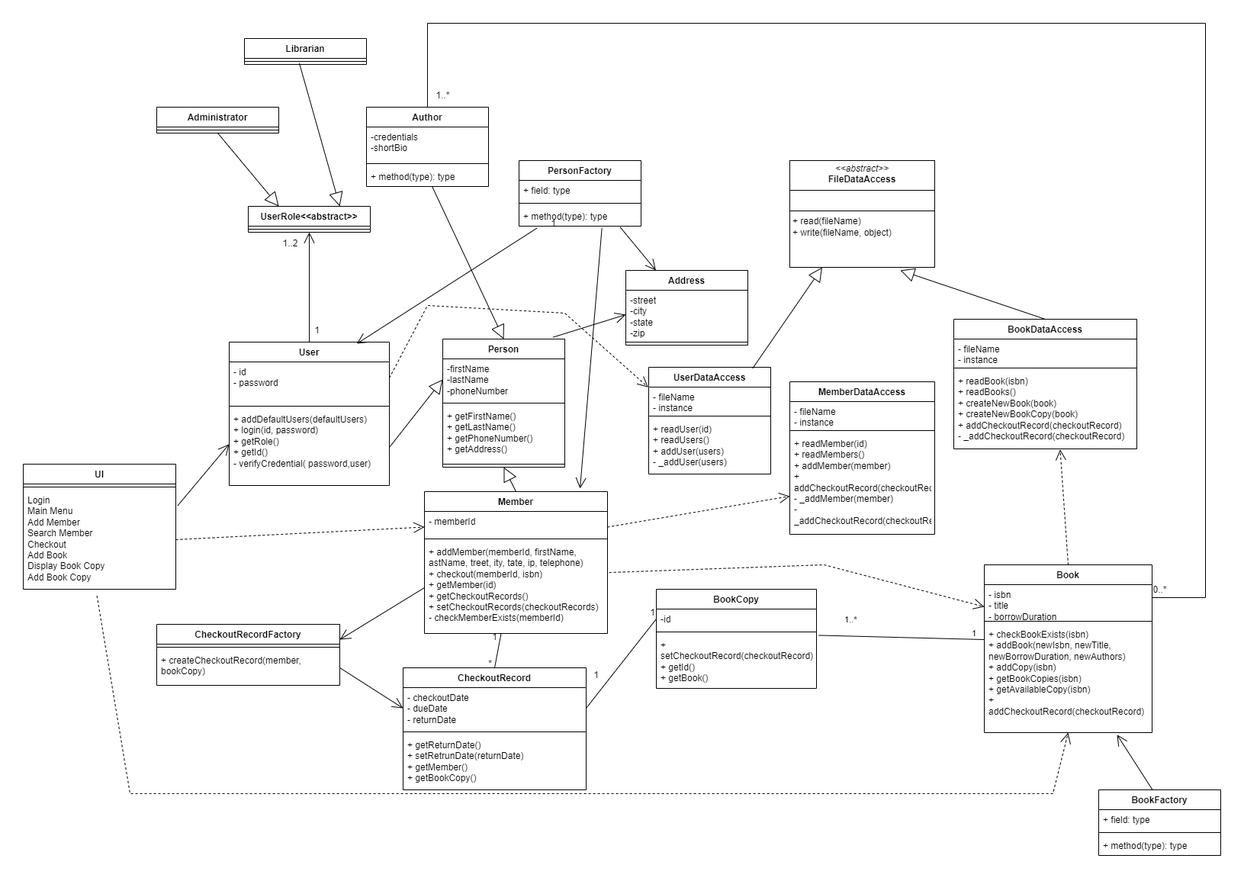
The draw.io diagram src/Diagram/Class.png in Bishnupkl/mppProject, before a commit. Source tidied: cells renumbered, new cells last; positions are measured from the earlier drawing's top-left corner, leaving out a move shared by most shapes.
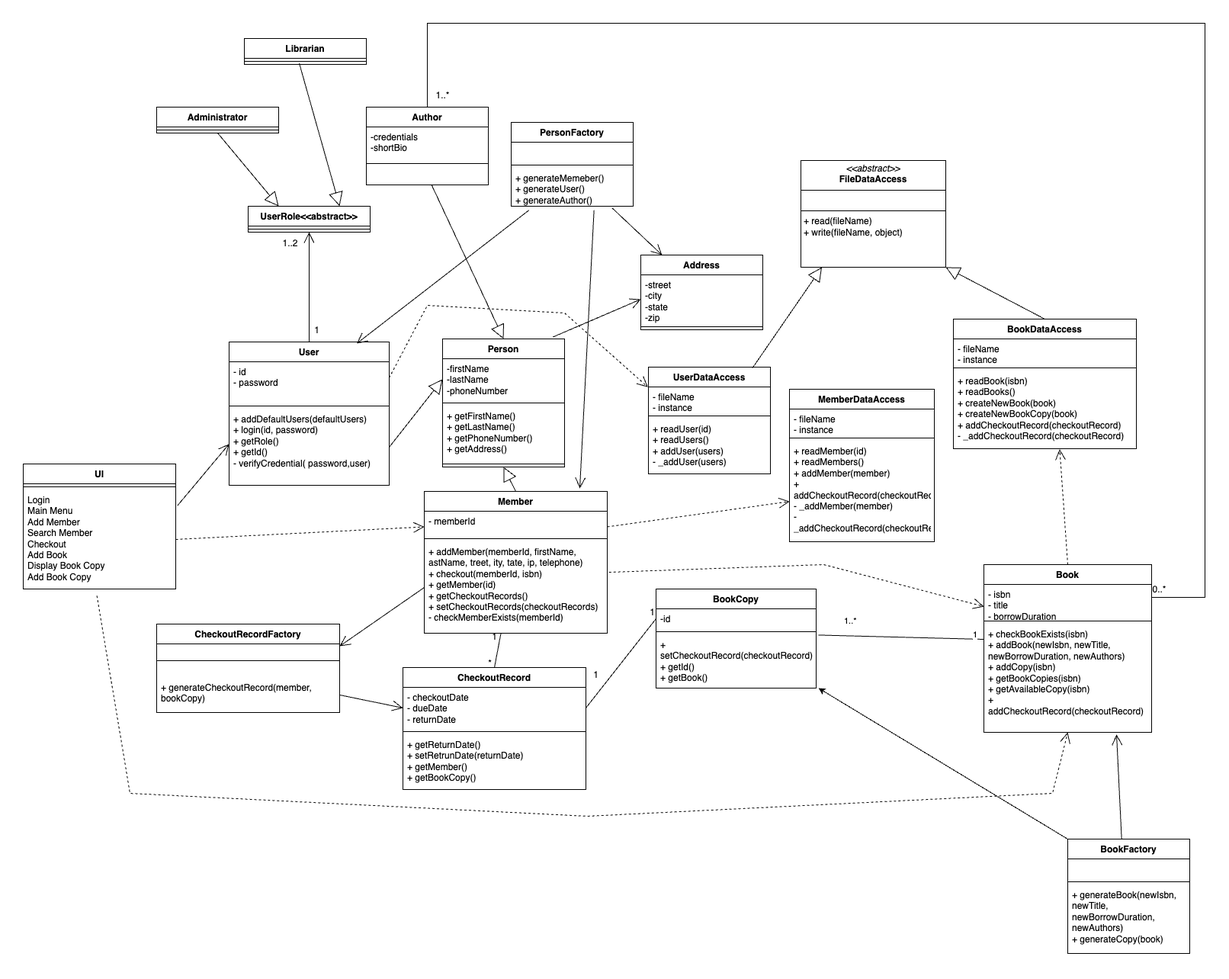
After the change.

Change to the diagram source:
```diff
@@ -85,7 +85,7 @@
       </mxGeometry>
     </mxCell>
     <mxCell id="27" value="Address" style="swimlane;fontStyle=1;align=center;verticalAlign=top;horizontal=1;startSize=26;whiteSpace=wrap;html=1;" parent="1" vertex="1">
-      <mxGeometry x="790" y="324" width="160" height="98" as="geometry" />
+      <mxGeometry x="810" y="304" width="160" height="98" as="geometry" />
     </mxCell>
     <mxCell id="28" value="-street&lt;div&gt;-city&lt;/div&gt;&lt;div&gt;-state&lt;/div&gt;&lt;div&gt;-zip&lt;/div&gt;" style="text;strokeColor=none;fillColor=none;align=left;verticalAlign=top;spacingLeft=4;spacingRight=4;overflow=hidden;points=[[0,0.5],[1,0.5]];portConstraint=eastwest;whiteSpace=wrap;html=1;" parent="27" vertex="1">
       <mxGeometry y="26" width="160" height="64" as="geometry" />
@@ -96,9 +96,6 @@
     <mxCell id="30" style="endArrow=open;endFill=1;endSize=12;html=1;rounded=0;exitX=0.903;exitY=-0.014;exitDx=0;exitDy=0;entryX=0;entryY=0.5;entryDx=0;entryDy=0;exitPerimeter=0;" parent="1" edge="1" source="5" target="28">
       <mxGeometry relative="1" as="geometry" />
     </mxCell>
-    <mxCell id="31" value="1" style="text;html=1;align=center;verticalAlign=middle;strokeColor=none;fillColor=none;" parent="1" vertex="1">
-      <mxGeometry x="680" y="248" width="30" height="30" as="geometry" />
-    </mxCell>
     <mxCell id="32" value="CheckoutRecord" style="swimlane;fontStyle=1;align=center;verticalAlign=top;horizontal=1;startSize=26;whiteSpace=wrap;html=1;" parent="1" vertex="1">
       <mxGeometry x="498" y="845" width="240" height="160" as="geometry" />
     </mxCell>
@@ -150,15 +147,14 @@
     <mxCell id="48" value="+ readBook(isbn)&lt;div&gt;+ readBooks()&lt;/div&gt;&lt;div&gt;+ createNewBook(book)&lt;/div&gt;&lt;div&gt;+ createNewBookCopy(book)&lt;/div&gt;&lt;div&gt;+ addCheckoutRecord(checkoutRecord)&lt;br&gt;&lt;/div&gt;&lt;div&gt;- _&lt;span style=&quot;background-color: initial;&quot;&gt;addCheckoutRecord(checkoutRecord)&lt;/span&gt;&lt;br&gt;&lt;/div&gt;" style="text;strokeColor=none;fillColor=none;align=left;verticalAlign=top;spacingLeft=4;spacingRight=4;overflow=hidden;points=[[0,0.5],[1,0.5]];portConstraint=eastwest;whiteSpace=wrap;html=1;" parent="45" vertex="1">
       <mxGeometry y="68" width="240" height="102" as="geometry" />
     </mxCell>
-    <mxCell id="49" style="endArrow=block;endSize=16;endFill=0;html=1;rounded=0;exitX=0.5;exitY=0;exitDx=0;exitDy=0;" parent="1" edge="1" source="45">
-      <mxGeometry relative="1" as="geometry">
-        <mxPoint x="1150" y="324" as="targetPoint" />
-      </mxGeometry>
+    <mxCell id="49" style="endArrow=block;endSize=16;endFill=0;html=1;rounded=0;exitX=0.5;exitY=0;exitDx=0;exitDy=0;entryX=1;entryY=1;entryDx=0;entryDy=0;" parent="1" edge="1" source="45" target="84">
+      <mxGeometry relative="1" as="geometry" />
     </mxCell>
     <mxCell id="50" style="endArrow=open;endSize=12;dashed=1;html=1;rounded=0;exitX=0.483;exitY=1.067;exitDx=0;exitDy=0;exitPerimeter=0;entryX=0.5;entryY=1;entryDx=0;entryDy=0;strokeColor=#000000;strokeWidth=1;" parent="1" edge="1" source="4" target="57">
       <mxGeometry relative="1" as="geometry">
         <Array as="points">
           <mxPoint x="140" y="1010" />
+          <mxPoint x="740" y="1040" />
           <mxPoint x="1350" y="1010" />
         </Array>
       </mxGeometry>
@@ -167,7 +163,7 @@
       <mxGeometry x="-0.36" y="2" relative="1" as="geometry" />
     </mxCell>
     <mxCell id="52" value="Author" style="swimlane;fontStyle=1;align=center;verticalAlign=top;horizontal=1;startSize=26;whiteSpace=wrap;html=1;" parent="1" vertex="1">
-      <mxGeometry x="450" y="110" width="160" height="104" as="geometry" />
+      <mxGeometry x="450" y="110" width="160" height="102" as="geometry" />
     </mxCell>
     <mxCell id="53" value="-credentials&lt;div&gt;-shortBio&lt;/div&gt;" style="text;strokeColor=none;fillColor=none;align=left;verticalAlign=top;spacingLeft=4;spacingRight=4;overflow=hidden;whiteSpace=wrap;html=1;" parent="52" vertex="1">
       <mxGeometry y="26" width="160" height="44" as="geometry" />
@@ -175,8 +171,8 @@
     <mxCell id="54" style="line;strokeWidth=1;fillColor=none;align=left;verticalAlign=middle;spacingTop=-1;spacingLeft=3;spacingRight=3;labelPosition=right;strokeColor=inherit;" parent="52" vertex="1">
       <mxGeometry y="70" width="160" height="8" as="geometry" />
     </mxCell>
-    <mxCell id="55" value="+ method(type): type" style="text;strokeColor=none;fillColor=none;align=left;verticalAlign=top;spacingLeft=4;spacingRight=4;overflow=hidden;points=[[0,0.5],[1,0.5]];portConstraint=eastwest;whiteSpace=wrap;html=1;" parent="52" vertex="1">
-      <mxGeometry y="78" width="160" height="26" as="geometry" />
+    <mxCell id="55" value="&amp;nbsp;" style="text;strokeColor=none;fillColor=none;align=left;verticalAlign=top;spacingLeft=4;spacingRight=4;overflow=hidden;points=[[0,0.5],[1,0.5]];portConstraint=eastwest;whiteSpace=wrap;html=1;" parent="52" vertex="1">
+      <mxGeometry y="78" width="160" height="24" as="geometry" />
     </mxCell>
     <mxCell id="56" style="endArrow=block;endSize=16;endFill=0;html=1;rounded=0;entryX=0.5;entryY=0;entryDx=0;entryDy=0;" parent="1" edge="1" source="55" target="5">
       <mxGeometry x="0.42" y="-17" relative="1" as="geometry" />
@@ -190,7 +186,7 @@
     <mxCell id="59" style="line;strokeWidth=1;fillColor=none;align=left;verticalAlign=middle;spacingTop=-1;spacingLeft=3;spacingRight=3;labelPosition=right;strokeColor=inherit;" parent="57" vertex="1">
       <mxGeometry y="70" width="220" height="8" as="geometry" />
     </mxCell>
-    <mxCell id="60" value="+ checkBookExists(isbn)&lt;div&gt;+&amp;nbsp;addBook(newIsbn, newTitle,&amp;nbsp; newBorrowDuration, newAuthors)&amp;nbsp;&lt;/div&gt;&lt;div&gt;+ addCopy(isbn)&lt;/div&gt;&lt;div&gt;+ getBookCopies(isbn)&lt;/div&gt;&lt;div&gt;+ getAvailableCopy(isbn)&lt;/div&gt;&lt;div&gt;+ addCheckoutRecord(checkoutRecord)&lt;/div&gt;" style="text;strokeColor=none;fillColor=none;align=left;verticalAlign=top;spacingLeft=4;spacingRight=4;overflow=hidden;points=[[0,0.5],[1,0.5]];portConstraint=eastwest;whiteSpace=wrap;html=1;" parent="57" vertex="1">
+    <mxCell id="60" value="+ checkBookExists(isbn)&lt;div&gt;+ addBook(newIsbn, newTitle,&amp;nbsp; newBorrowDuration, newAuthors)&amp;nbsp;&lt;/div&gt;&lt;div&gt;+ addCopy(isbn)&lt;/div&gt;&lt;div&gt;+ getBookCopies(isbn)&lt;/div&gt;&lt;div&gt;+ getAvailableCopy(isbn)&lt;/div&gt;&lt;div&gt;+ addCheckoutRecord(checkoutRecord)&lt;/div&gt;" style="text;strokeColor=none;fillColor=none;align=left;verticalAlign=top;spacingLeft=4;spacingRight=4;overflow=hidden;points=[[0,0.5],[1,0.5]];portConstraint=eastwest;whiteSpace=wrap;html=1;" parent="57" vertex="1">
       <mxGeometry y="78" width="220" height="142" as="geometry" />
     </mxCell>
     <mxCell id="61" style="endArrow=none;html=1;rounded=0;entryX=-0.001;entryY=0.141;entryDx=0;entryDy=0;exitX=1.014;exitY=0.006;exitDx=0;exitDy=0;exitPerimeter=0;entryPerimeter=0;" parent="1" edge="1" source="39" target="60">
@@ -268,16 +264,16 @@
       <mxGeometry relative="1" as="geometry" />
     </mxCell>
     <mxCell id="81" value="CheckoutRecordFactory" style="swimlane;fontStyle=1;align=center;verticalAlign=top;horizontal=1;startSize=26;whiteSpace=wrap;html=1;" parent="1" vertex="1">
-      <mxGeometry x="175" y="788" width="240" height="80" as="geometry" />
+      <mxGeometry x="175" y="788" width="240" height="116" as="geometry" />
     </mxCell>
-    <mxCell id="82" style="line;strokeWidth=1;fillColor=none;align=left;verticalAlign=middle;spacingTop=-1;spacingLeft=3;spacingRight=3;labelPosition=right;strokeColor=inherit;" parent="81" vertex="1">
-      <mxGeometry y="26" width="240" height="8" as="geometry" />
+    <mxCell id="82" value="&#10;" style="line;strokeWidth=1;fillColor=none;align=left;verticalAlign=middle;spacingTop=-1;spacingLeft=3;spacingRight=3;labelPosition=right;strokeColor=inherit;" parent="81" vertex="1">
+      <mxGeometry y="26" width="240" height="44" as="geometry" />
     </mxCell>
-    <mxCell id="83" value="+&amp;nbsp;createCheckoutRecord(member, bookCopy)" style="text;strokeColor=none;fillColor=none;align=left;verticalAlign=top;spacingLeft=4;spacingRight=4;overflow=hidden;points=[[0,0.5],[1,0.5]];portConstraint=eastwest;whiteSpace=wrap;html=1;" parent="81" vertex="1">
-      <mxGeometry y="34" width="240" height="46" as="geometry" />
+    <mxCell id="83" value="+ generateCheckoutRecord(member, bookCopy)" style="text;strokeColor=none;fillColor=none;align=left;verticalAlign=top;spacingLeft=4;spacingRight=4;overflow=hidden;points=[[0,0.5],[1,0.5]];portConstraint=eastwest;whiteSpace=wrap;html=1;" parent="81" vertex="1">
+      <mxGeometry y="70" width="240" height="46" as="geometry" />
     </mxCell>
     <mxCell id="84" value="&lt;p style=&quot;margin:0px;margin-top:4px;text-align:center;&quot;&gt;&lt;i&gt;&amp;lt;&amp;lt;abstract&amp;gt;&amp;gt;&lt;/i&gt;&lt;br&gt;&lt;b&gt;FileDataAccess&lt;/b&gt;&lt;/p&gt;&lt;hr size=&quot;1&quot; style=&quot;border-style:solid;&quot;&gt;&lt;p style=&quot;margin:0px;margin-left:4px;&quot;&gt;&lt;br&gt;&lt;/p&gt;&lt;hr size=&quot;1&quot; style=&quot;border-style:solid;&quot;&gt;&lt;p style=&quot;margin:0px;margin-left:4px;&quot;&gt;+ read(fileName)&lt;/p&gt;&lt;p style=&quot;margin:0px;margin-left:4px;&quot;&gt;+ write(fileName, object)&lt;/p&gt;" style="verticalAlign=top;align=left;overflow=fill;html=1;whiteSpace=wrap;" parent="1" vertex="1">
-      <mxGeometry x="1005" y="180" width="190" height="140" as="geometry" />
+      <mxGeometry x="1020" y="180" width="190" height="140" as="geometry" />
     </mxCell>
     <mxCell id="85" style="endArrow=open;endFill=1;endSize=12;html=1;rounded=0;exitX=0;exitY=0.5;exitDx=0;exitDy=0;entryX=1;entryY=0.25;entryDx=0;entryDy=0;" parent="1" edge="1" source="43" target="81">
       <mxGeometry relative="1" as="geometry" />
@@ -286,7 +282,7 @@
       <mxGeometry relative="1" as="geometry" />
     </mxCell>
     <mxCell id="87" value="MemberDataAccess" style="swimlane;fontStyle=1;align=center;verticalAlign=top;horizontal=1;startSize=26;whiteSpace=wrap;html=1;" parent="1" vertex="1">
-      <mxGeometry x="1005" y="470" width="190" height="200" as="geometry" />
+      <mxGeometry x="1005" y="480" width="190" height="200" as="geometry" />
     </mxCell>
     <mxCell id="88" value="- fileName&lt;div&gt;- instance&lt;/div&gt;" style="text;strokeColor=none;fillColor=none;align=left;verticalAlign=top;spacingLeft=4;spacingRight=4;overflow=hidden;whiteSpace=wrap;html=1;" parent="87" vertex="1">
       <mxGeometry y="26" width="190" height="34" as="geometry" />
@@ -301,16 +297,16 @@
       <mxGeometry x="603" y="790" width="30" height="30" as="geometry" />
     </mxCell>
     <mxCell id="92" value="PersonFactory" style="swimlane;fontStyle=1;align=center;verticalAlign=top;horizontal=1;startSize=26;whiteSpace=wrap;html=1;" parent="1" vertex="1">
-      <mxGeometry x="650" y="180" width="160" height="86" as="geometry" />
+      <mxGeometry x="640" y="130" width="160" height="110" as="geometry" />
     </mxCell>
-    <mxCell id="93" value="+ field: type" style="text;strokeColor=none;fillColor=none;align=left;verticalAlign=top;spacingLeft=4;spacingRight=4;overflow=hidden;whiteSpace=wrap;html=1;" parent="92" vertex="1">
+    <mxCell id="93" value="&amp;nbsp;" style="text;strokeColor=none;fillColor=none;align=left;verticalAlign=top;spacingLeft=4;spacingRight=4;overflow=hidden;whiteSpace=wrap;html=1;" parent="92" vertex="1">
       <mxGeometry y="26" width="160" height="26" as="geometry" />
     </mxCell>
     <mxCell id="94" style="line;strokeWidth=1;fillColor=none;align=left;verticalAlign=middle;spacingTop=-1;spacingLeft=3;spacingRight=3;labelPosition=right;strokeColor=inherit;" parent="92" vertex="1">
       <mxGeometry y="52" width="160" height="8" as="geometry" />
     </mxCell>
-    <mxCell id="95" value="+ method(type): type" style="text;strokeColor=none;fillColor=none;align=left;verticalAlign=top;spacingLeft=4;spacingRight=4;overflow=hidden;points=[[0,0.5],[1,0.5]];portConstraint=eastwest;whiteSpace=wrap;html=1;" parent="92" vertex="1">
-      <mxGeometry y="60" width="160" height="26" as="geometry" />
+    <mxCell id="95" value="+ generateMemeber()&lt;div&gt;+ generateUser()&lt;br&gt;+ generateAuthor()&lt;/div&gt;" style="text;strokeColor=none;fillColor=none;align=left;verticalAlign=top;spacingLeft=4;spacingRight=4;overflow=hidden;points=[[0,0.5],[1,0.5]];portConstraint=eastwest;whiteSpace=wrap;html=1;" parent="92" vertex="1">
+      <mxGeometry y="60" width="160" height="50" as="geometry" />
     </mxCell>
     <mxCell id="96" style="endArrow=open;endFill=1;endSize=12;html=1;rounded=0;exitX=0.829;exitY=1.051;exitDx=0;exitDy=0;exitPerimeter=0;" parent="1" edge="1" source="95" target="27">
       <mxGeometry relative="1" as="geometry" />
@@ -321,16 +317,16 @@
       </mxGeometry>
     </mxCell>
     <mxCell id="98" value="BookFactory" style="swimlane;fontStyle=1;align=center;verticalAlign=top;horizontal=1;startSize=26;whiteSpace=wrap;html=1;" parent="1" vertex="1">
-      <mxGeometry x="1410" y="1005" width="160" height="86" as="geometry" />
+      <mxGeometry x="1370" y="1070" width="160" height="150" as="geometry" />
     </mxCell>
-    <mxCell id="99" value="+ field: type" style="text;strokeColor=none;fillColor=none;align=left;verticalAlign=top;spacingLeft=4;spacingRight=4;overflow=hidden;whiteSpace=wrap;html=1;" parent="98" vertex="1">
+    <mxCell id="99" value="&amp;nbsp;&amp;nbsp;" style="text;strokeColor=none;fillColor=none;align=left;verticalAlign=top;spacingLeft=4;spacingRight=4;overflow=hidden;whiteSpace=wrap;html=1;" parent="98" vertex="1">
       <mxGeometry y="26" width="160" height="26" as="geometry" />
     </mxCell>
     <mxCell id="100" style="line;strokeWidth=1;fillColor=none;align=left;verticalAlign=middle;spacingTop=-1;spacingLeft=3;spacingRight=3;labelPosition=right;strokeColor=inherit;" parent="98" vertex="1">
       <mxGeometry y="52" width="160" height="8" as="geometry" />
     </mxCell>
-    <mxCell id="101" value="+ method(type): type" style="text;strokeColor=none;fillColor=none;align=left;verticalAlign=top;spacingLeft=4;spacingRight=4;overflow=hidden;whiteSpace=wrap;html=1;" parent="98" vertex="1">
-      <mxGeometry y="60" width="160" height="26" as="geometry" />
+    <mxCell id="101" value="+ generateBook(newIsbn, newTitle,&amp;nbsp; newBorrowDuration, newAuthors)&lt;div&gt;+ generateCopy(book)&lt;/div&gt;" style="text;strokeColor=none;fillColor=none;align=left;verticalAlign=top;spacingLeft=4;spacingRight=4;overflow=hidden;whiteSpace=wrap;html=1;" parent="98" vertex="1">
+      <mxGeometry y="60" width="160" height="90" as="geometry" />
     </mxCell>
     <mxCell id="102" style="endArrow=open;endFill=1;endSize=12;html=1;rounded=0;entryX=0.791;entryY=1.019;entryDx=0;entryDy=0;entryPerimeter=0;exitX=0.442;exitY=0.004;exitDx=0;exitDy=0;exitPerimeter=0;" parent="1" edge="1" source="98" target="60">
       <mxGeometry relative="1" as="geometry" />
@@ -338,5 +334,10 @@
     <mxCell id="103" style="endArrow=open;endFill=1;endSize=12;html=1;rounded=0;exitX=0.146;exitY=1.103;exitDx=0;exitDy=0;exitPerimeter=0;entryX=0.797;entryY=0.011;entryDx=0;entryDy=0;entryPerimeter=0;" parent="1" edge="1" source="95" target="71">
       <mxGeometry relative="1" as="geometry" />
     </mxCell>
+    <mxCell id="104" style="endArrow=classic;html=1;rounded=0;exitX=0;exitY=0;exitDx=0;exitDy=0;" parent="1" edge="1" source="98">
+      <mxGeometry relative="1" as="geometry">
+        <mxPoint x="1043" y="872" as="targetPoint" />
+      </mxGeometry>
+    </mxCell>
   </root>
 </mxGraphModel>
```
